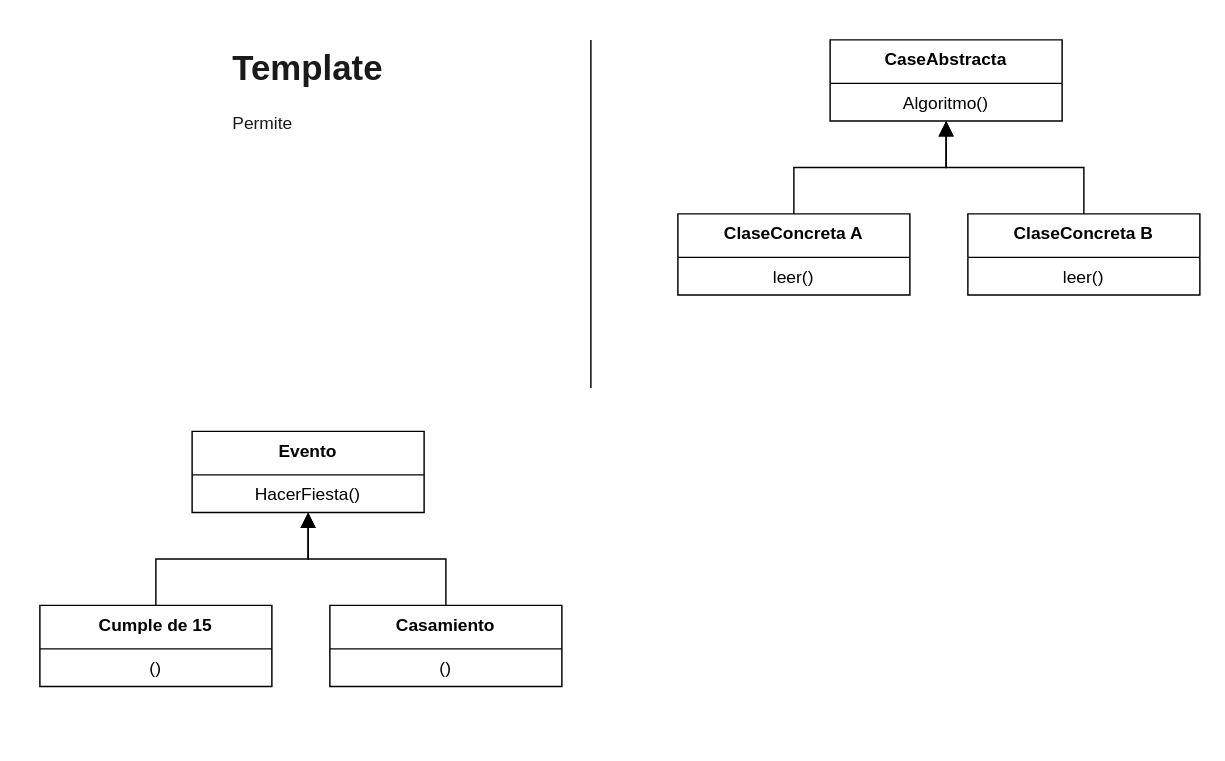
Before: page "6 Template Method" (3 of 3) of Patrones de Disenio.drawio in veroyols/I3007_patrones_de_disenio, a draw.io diagram. Source tidied: cells renumbered, new cells numbered last; positions are measured from the earlier drawing's top-left corner, leaving out a move shared by most shapes. Both pictures are drawn from the tidied source at 145%, with x=0, y=0 at pixel (25, 39).
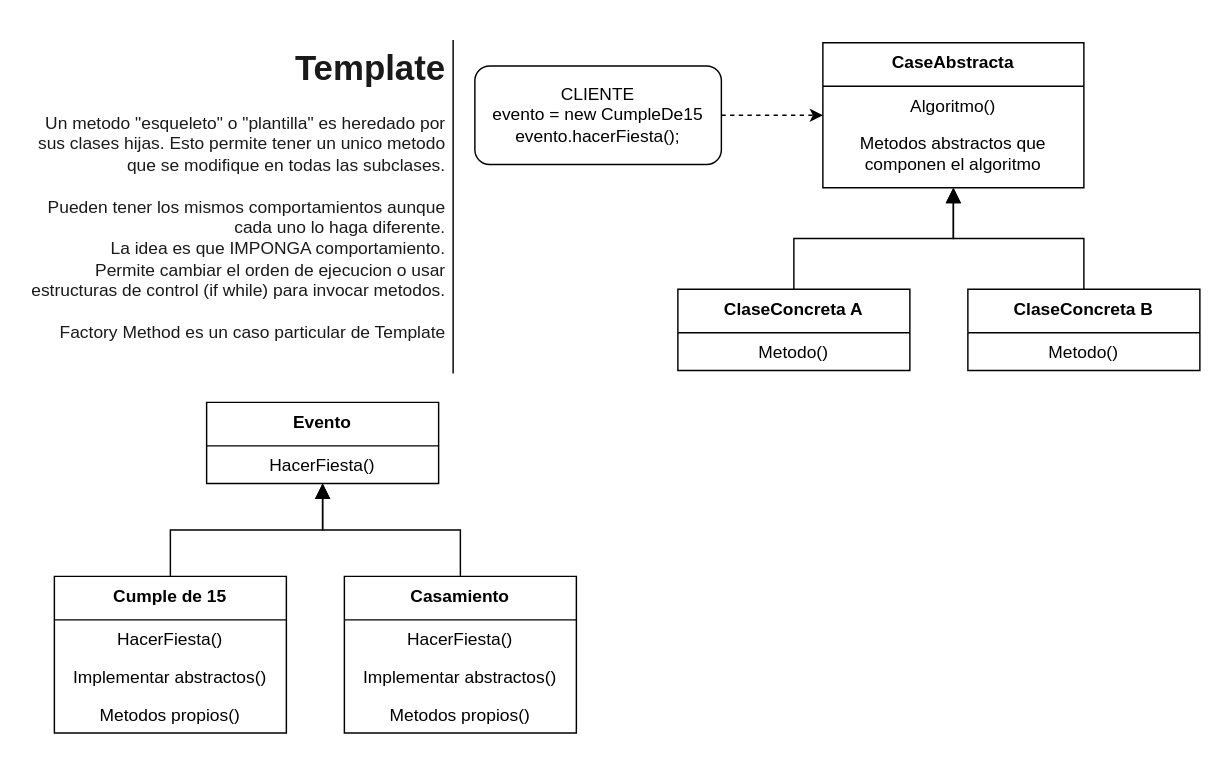
The same diagram, later.

What changed in the source:
```diff
@@
     <mxCell id="2" value="CaseAbstracta" style="swimlane;fontStyle=1;align=center;verticalAlign=top;horizontal=1;startSize=30;" parent="1" vertex="1">
-      <mxGeometry x="555" width="160" height="56" as="geometry" />
+      <mxGeometry x="550" y="2" width="180" height="100" as="geometry" />
     </mxCell>
     <mxCell id="3" value="Algoritmo()" style="text;strokeColor=none;fillColor=none;align=center;verticalAlign=top;spacingLeft=4;spacingRight=4;overflow=hidden;" parent="2" vertex="1">
-      <mxGeometry y="30" width="160" height="26" as="geometry" />
+      <mxGeometry y="30" width="180" height="26" as="geometry" />
     </mxCell>
+    <mxCell id="20" value="Metodos abstractos que &#10;componen el algoritmo" style="text;strokeColor=none;fillColor=none;align=center;verticalAlign=top;spacingLeft=4;spacingRight=4;overflow=hidden;" parent="2" vertex="1">
+      <mxGeometry y="56" width="180" height="44" as="geometry" />
+    </mxCell>
-    <mxCell id="4" value="&lt;h1 style=&quot;text-align: left&quot;&gt;&lt;font color=&quot;#1a1a1a&quot;&gt;Template&lt;/font&gt;&lt;/h1&gt;&lt;div style=&quot;text-align: left&quot;&gt;&lt;span&gt;&lt;font color=&quot;#1a1a1a&quot;&gt;Permite&amp;nbsp;&lt;/font&gt;&lt;/span&gt;&lt;/div&gt;&lt;p&gt;&lt;/p&gt;" style="text;html=1;strokeColor=none;fillColor=none;spacing=5;spacingTop=-20;whiteSpace=wrap;overflow=hidden;rounded=0;align=center;" parent="1" vertex="1">
-      <mxGeometry width="390" height="240" as="geometry" />
+    <mxCell id="4" value="&lt;h1&gt;&lt;font color=&quot;#1a1a1a&quot;&gt;Template&lt;/font&gt;&lt;/h1&gt;&lt;div&gt;&lt;span&gt;&lt;font color=&quot;#1a1a1a&quot;&gt;Un metodo &quot;esqueleto&quot; o &quot;plantilla&quot; es heredado por sus clases hijas. Esto p&lt;/font&gt;&lt;/span&gt;&lt;span&gt;&lt;font color=&quot;#1a1a1a&quot;&gt;ermite tener un unico metodo que se modifique en todas las subclases.&lt;/font&gt;&lt;/span&gt;&lt;/div&gt;&lt;div&gt;&lt;span style=&quot;color: rgb(26 , 26 , 26)&quot;&gt;&lt;br&gt;&lt;/span&gt;&lt;/div&gt;&lt;div&gt;&lt;span style=&quot;color: rgb(26 , 26 , 26)&quot;&gt;Pueden tener los mismos comportamientos aunque cada uno lo haga diferente.&lt;/span&gt;&lt;/div&gt;&lt;div&gt;&lt;span style=&quot;color: rgb(26 , 26 , 26)&quot;&gt;La idea es que IMPONGA comportamiento.&lt;/span&gt;&lt;/div&gt;&lt;div&gt;&lt;font color=&quot;#1a1a1a&quot;&gt;Permite cambiar el orden de ejecucion o usar estructuras de control (if while) para invocar metodos.&lt;/font&gt;&lt;/div&gt;&lt;div&gt;&lt;font color=&quot;#1a1a1a&quot;&gt;&lt;br&gt;&lt;/font&gt;&lt;/div&gt;&lt;div&gt;&lt;font color=&quot;#1a1a1a&quot;&gt;Factory Method es un caso particular de Template&lt;/font&gt;&lt;/div&gt;&lt;p&gt;&lt;/p&gt;" style="text;html=1;strokeColor=none;fillColor=none;spacing=5;spacingTop=-20;whiteSpace=wrap;overflow=hidden;rounded=0;align=right;" parent="1" vertex="1">
+      <mxGeometry width="295" height="230" as="geometry" />
     </mxCell>
     <mxCell id="5" value="ClaseConcreta B" style="swimlane;fontStyle=1;align=center;verticalAlign=top;horizontal=1;startSize=30;" parent="1" vertex="1">
-      <mxGeometry x="650" y="120" width="160" height="56" as="geometry" />
+      <mxGeometry x="650" y="172" width="160" height="56" as="geometry" />
     </mxCell>
-    <mxCell id="6" value="leer()" style="text;strokeColor=none;fillColor=none;align=center;verticalAlign=top;spacingLeft=4;spacingRight=4;overflow=hidden;" parent="5" vertex="1">
+    <mxCell id="6" value="Metodo()" style="text;strokeColor=none;fillColor=none;align=center;verticalAlign=top;spacingLeft=4;spacingRight=4;overflow=hidden;" parent="5" vertex="1">
       <mxGeometry y="30" width="160" height="26" as="geometry" />
     </mxCell>
@@
     <mxCell id="9" value="ClaseConcreta A" style="swimlane;fontStyle=1;align=center;verticalAlign=top;horizontal=1;startSize=30;" parent="1" vertex="1">
-      <mxGeometry x="450" y="120" width="160" height="56" as="geometry" />
+      <mxGeometry x="450" y="172" width="160" height="56" as="geometry" />
     </mxCell>
-    <mxCell id="10" value="leer()" style="text;strokeColor=none;fillColor=none;align=center;verticalAlign=top;spacingLeft=4;spacingRight=4;overflow=hidden;" parent="9" vertex="1">
+    <mxCell id="10" value="Metodo()" style="text;strokeColor=none;fillColor=none;align=center;verticalAlign=top;spacingLeft=4;spacingRight=4;overflow=hidden;" parent="9" vertex="1">
       <mxGeometry y="30" width="160" height="26" as="geometry" />
     </mxCell>
@@
     <mxCell id="12" value="Evento" style="swimlane;fontStyle=1;align=center;verticalAlign=top;horizontal=1;startSize=30;" parent="1" vertex="1">
-      <mxGeometry x="115" y="270" width="160" height="56" as="geometry" />
+      <mxGeometry x="125" y="250" width="160" height="56" as="geometry" />
     </mxCell>
@@
     <mxCell id="14" value="Casamiento" style="swimlane;fontStyle=1;align=center;verticalAlign=top;horizontal=1;startSize=30;" parent="1" vertex="1">
-      <mxGeometry x="210" y="390" width="160" height="56" as="geometry" />
+      <mxGeometry x="220" y="370" width="160" height="108" as="geometry" />
     </mxCell>
+    <mxCell id="21" value="HacerFiesta()" style="text;strokeColor=none;fillColor=none;align=center;verticalAlign=top;spacingLeft=4;spacingRight=4;overflow=hidden;" parent="14" vertex="1">
+      <mxGeometry y="30" width="160" height="26" as="geometry" />
+    </mxCell>
-    <mxCell id="15" value="()" style="text;strokeColor=none;fillColor=none;align=center;verticalAlign=top;spacingLeft=4;spacingRight=4;overflow=hidden;" parent="14" vertex="1">
-      <mxGeometry y="30" width="160" height="26" as="geometry" />
+    <mxCell id="15" value="Implementar abstractos()" style="text;strokeColor=none;fillColor=none;align=center;verticalAlign=top;spacingLeft=4;spacingRight=4;overflow=hidden;" parent="14" vertex="1">
+      <mxGeometry y="56" width="160" height="26" as="geometry" />
     </mxCell>
+    <mxCell id="22" value="Metodos propios()" style="text;strokeColor=none;fillColor=none;align=center;verticalAlign=top;spacingLeft=4;spacingRight=4;overflow=hidden;" parent="14" vertex="1">
+      <mxGeometry y="82" width="160" height="26" as="geometry" />
+    </mxCell>
@@
     <mxCell id="17" value="Cumple de 15" style="swimlane;fontStyle=1;align=center;verticalAlign=top;horizontal=1;startSize=30;" parent="1" vertex="1">
-      <mxGeometry x="10" y="390" width="160" height="56" as="geometry" />
+      <mxGeometry x="20" y="370" width="160" height="108" as="geometry" />
     </mxCell>
-    <mxCell id="18" value="()" style="text;strokeColor=none;fillColor=none;align=center;verticalAlign=top;spacingLeft=4;spacingRight=4;overflow=hidden;" parent="17" vertex="1">
+    <mxCell id="18" value="HacerFiesta()" style="text;strokeColor=none;fillColor=none;align=center;verticalAlign=top;spacingLeft=4;spacingRight=4;overflow=hidden;" parent="17" vertex="1">
       <mxGeometry y="30" width="160" height="26" as="geometry" />
     </mxCell>
+    <mxCell id="23" value="Implementar abstractos()" style="text;strokeColor=none;fillColor=none;align=center;verticalAlign=top;spacingLeft=4;spacingRight=4;overflow=hidden;" parent="17" vertex="1">
+      <mxGeometry y="56" width="160" height="26" as="geometry" />
+    </mxCell>
+    <mxCell id="24" value="Metodos propios()" style="text;strokeColor=none;fillColor=none;align=center;verticalAlign=top;spacingLeft=4;spacingRight=4;overflow=hidden;" parent="17" vertex="1">
+      <mxGeometry y="82" width="160" height="26" as="geometry" />
+    </mxCell>
@@
+    <mxCell id="25" value="CLIENTE&lt;br&gt;evento = new CumpleDe15&lt;br&gt;evento.hacerFiesta();" style="rounded=1;whiteSpace=wrap;html=1;align=center;" parent="1" vertex="1">
+      <mxGeometry x="310" y="18" width="170" height="68" as="geometry" />
+    </mxCell>
+    <mxCell id="26" style="endArrow=classic;html=1;dashed=1;" parent="1" edge="1" source="25" target="2">
+      <mxGeometry relative="1" as="geometry" />
+    </mxCell>
```
